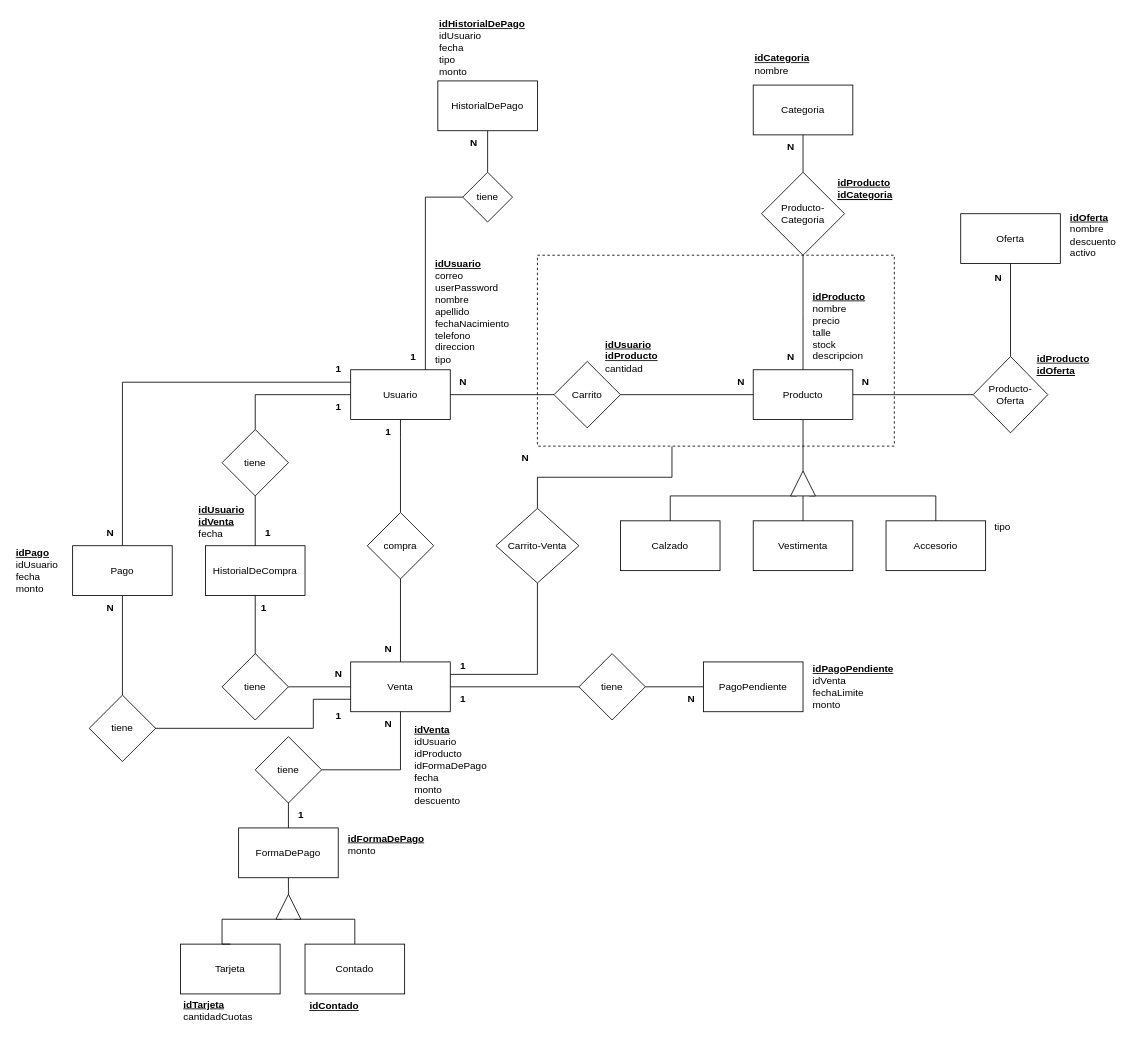
Before: documentacion-Ecommerce/MEREcommerce.drawio in YolausGG/ProyectosReact-TrocheGodoy, a draw.io diagram. Source tidied: cells renumbered, new cells numbered last; positions are measured from the earlier drawing's top-left corner, leaving out a move shared by most shapes. Both pictures are drawn from the tidied source at 83%, with x=0, y=0 at pixel (14, 14).
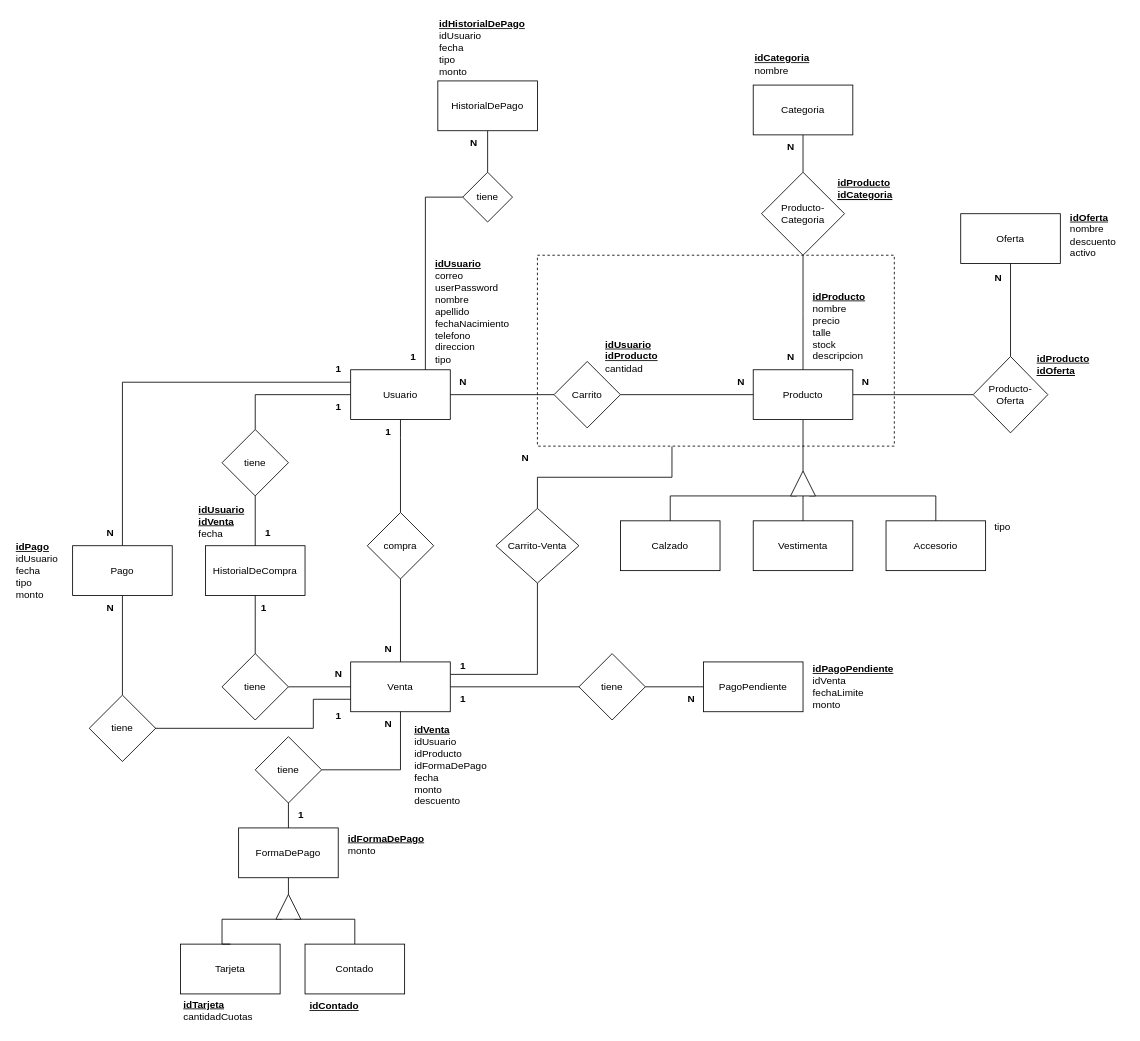
The same page after the edit.

Commit message:
Cambios MER

What changed in the source:
```diff
@@
-    <mxCell id="98" value="&lt;u&gt;idPago&lt;/u&gt;&lt;br style=&quot;border-color: var(--border-color); font-weight: 400;&quot;&gt;&lt;span style=&quot;font-weight: 400;&quot;&gt;idUsuario&lt;/span&gt;&lt;br style=&quot;border-color: var(--border-color); font-weight: 400;&quot;&gt;&lt;span style=&quot;font-weight: 400;&quot;&gt;fecha&lt;/span&gt;&lt;br style=&quot;border-color: var(--border-color); font-weight: 400;&quot;&gt;&lt;span style=&quot;font-weight: 400;&quot;&gt;monto&lt;/span&gt;&lt;br&gt;&lt;div style=&quot;font-weight: normal;&quot;&gt;&lt;/div&gt;" style="text;html=1;strokeColor=none;fillColor=none;align=left;verticalAlign=middle;whiteSpace=wrap;rounded=0;fontStyle=1;" parent="1" vertex="1">
+    <mxCell id="98" value="&lt;u&gt;idPago&lt;/u&gt;&lt;br style=&quot;border-color: var(--border-color); font-weight: 400;&quot;&gt;&lt;span style=&quot;font-weight: 400;&quot;&gt;idUsuario&lt;/span&gt;&lt;br style=&quot;border-color: var(--border-color); font-weight: 400;&quot;&gt;&lt;span style=&quot;font-weight: 400;&quot;&gt;fecha&lt;br&gt;&lt;/span&gt;&lt;span style=&quot;font-weight: normal;&quot;&gt;tipo&lt;/span&gt;&lt;br style=&quot;border-color: var(--border-color); font-weight: 400;&quot;&gt;&lt;span style=&quot;font-weight: 400;&quot;&gt;monto&lt;/span&gt;&lt;br&gt;&lt;div style=&quot;font-weight: normal;&quot;&gt;&lt;/div&gt;" style="text;html=1;strokeColor=none;fillColor=none;align=left;verticalAlign=middle;whiteSpace=wrap;rounded=0;fontStyle=1;" parent="1" vertex="1">
       <mxGeometry y="630" width="60" height="80" as="geometry" />
     </mxCell>
```
